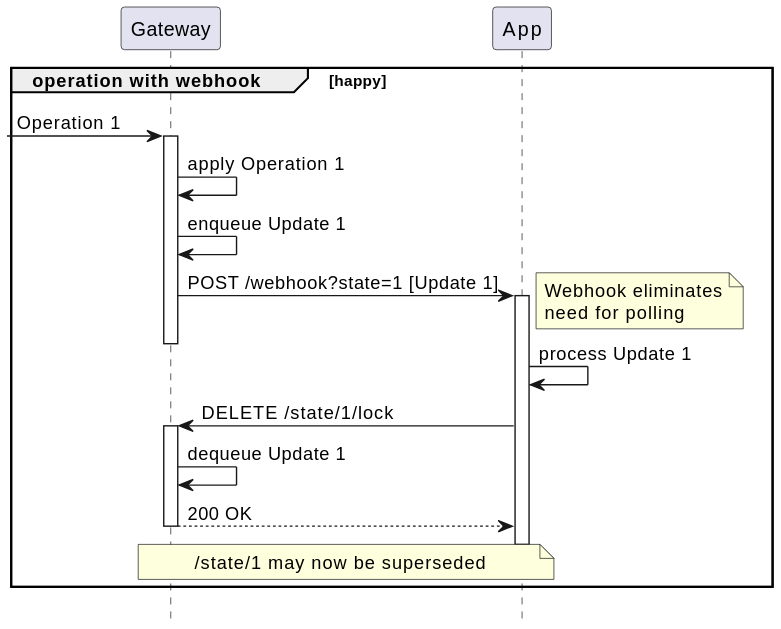
m-ld/m-ld-gateway keeps this PlantUML diagram as architecture/api/http/img/2-basic-webhook.seq.svg. Above is the earlier version. The source it was exported from:
```plantuml
@startuml
!pragma teoz true
hide footbox

participant Gateway as gw
participant "App" as app

group operation with webhook [happy]
-> gw ++: Operation 1
gw -> gw: apply Operation 1
gw -> gw: enqueue Update 1
gw -> app ++--: POST /webhook?state=1 [Update 1]
note right
Webhook eliminates
need for polling
end note
app -> app: process Update 1
app -> gw ++: DELETE /state/1/lock
gw -> gw: dequeue Update 1
return 200 OK
deactivate app
note across: /state/1 may now be superseded
end group

@enduml
```
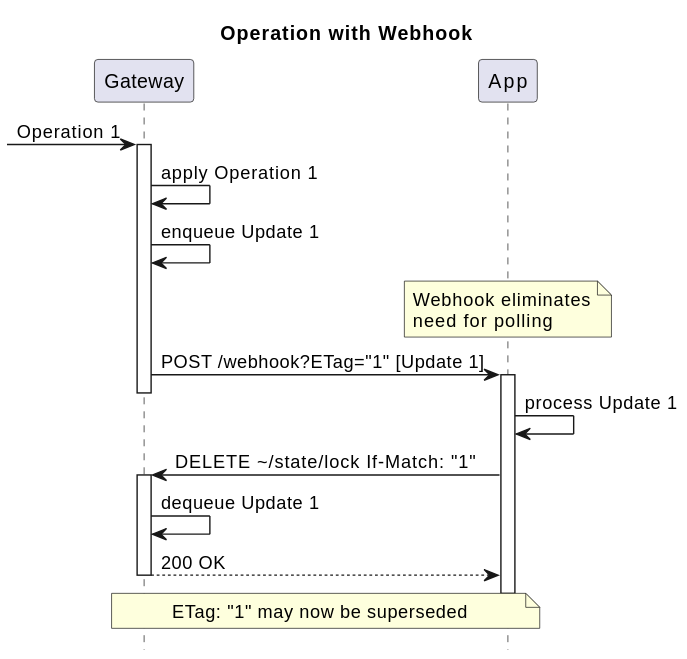
After the change.

The edit, as a diff of the source:
```diff
@@ -2,24 +2,24 @@
 !pragma teoz true
 hide footbox
 
+title: Operation with Webhook
+
 participant Gateway as gw
 participant "App" as app
 
-group operation with webhook [happy]
 -> gw ++: Operation 1
 gw -> gw: apply Operation 1
 gw -> gw: enqueue Update 1
-gw -> app ++--: POST /webhook?state=1 [Update 1]
-note right
+note over app
 Webhook eliminates
 need for polling
 end note
+gw -> app ++--: POST /webhook?ETag="1" [Update 1]
 app -> app: process Update 1
-app -> gw ++: DELETE /state/1/lock
+app -> gw ++: DELETE \~/state/lock If-Match: "1"
 gw -> gw: dequeue Update 1
 return 200 OK
 deactivate app
-note across: /state/1 may now be superseded
-end group
+note across: ETag: "1" may now be superseded
 
 @enduml
```
